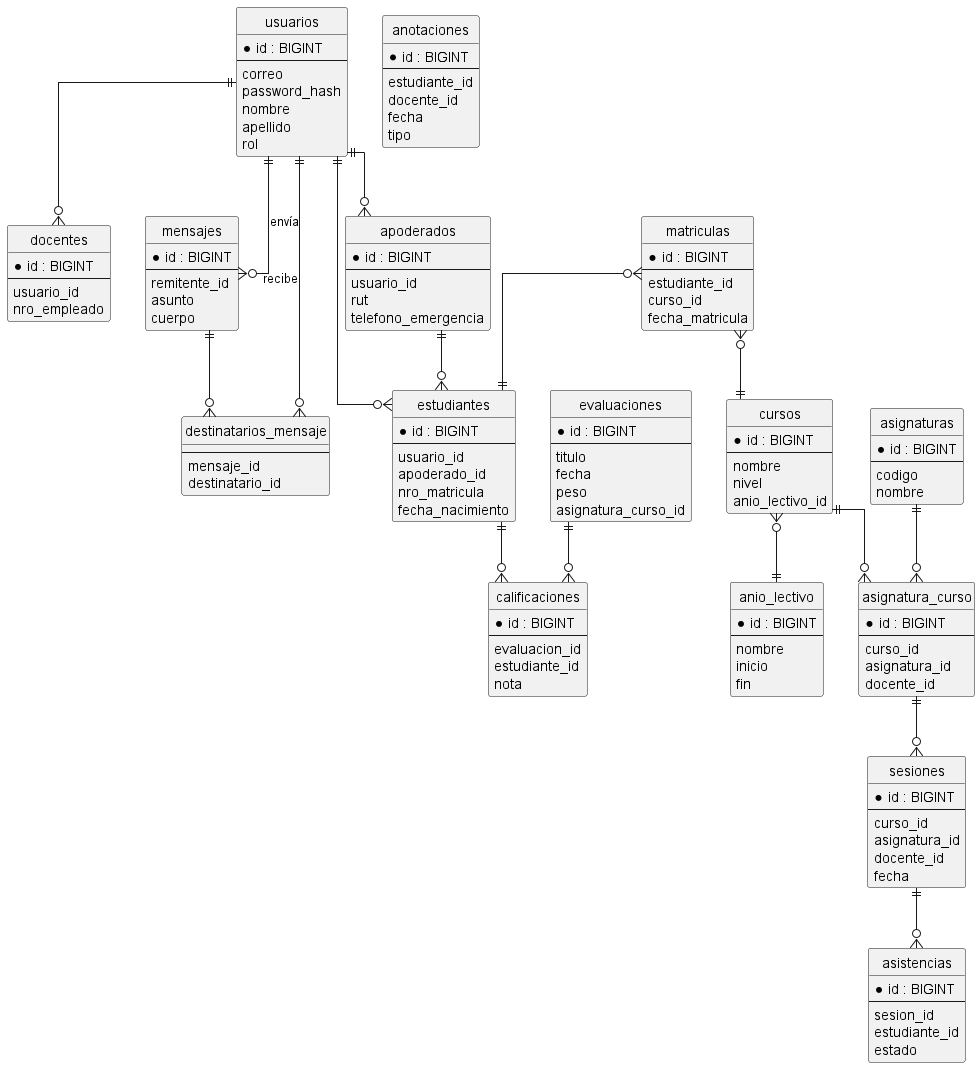
Earlier version of the PlantUML export diagrams/er_model.png (cristianmonsalve14/libro-de-clases-digital). The source it was exported from:
```plantuml
@startuml er_model
hide circle
skinparam linetype ortho

entity "usuarios" as usuarios {
  *id : BIGINT
  --
  correo
  password_hash
  nombre
  apellido
  rol
}

entity "estudiantes" as estudiantes {
  *id : BIGINT
  --
  usuario_id
  apoderado_id
  nro_matricula
  fecha_nacimiento
}

entity "docentes" as docentes {
  *id : BIGINT
  --
  usuario_id
  nro_empleado
}

entity "anio_lectivo" as ay {
  *id : BIGINT
  --
  nombre
  inicio
  fin
}

entity "cursos" as cursos {
  *id : BIGINT
  --
  nombre
  nivel
  anio_lectivo_id
}

entity "asignaturas" as asignaturas {
  *id : BIGINT
  --
  codigo
  nombre
}

entity "asignatura_curso" as ac {
  *id : BIGINT
  --
  curso_id
  asignatura_id
  docente_id
}

entity "matriculas" as matriculas {
  *id : BIGINT
  --
  estudiante_id
  curso_id
  fecha_matricula
}

entity "sesiones" as sesiones {
  *id : BIGINT
  --
  curso_id
  asignatura_id
  docente_id
  fecha
}

entity "asistencias" as asistencias {
  *id : BIGINT
  --
  sesion_id
  estudiante_id
  estado
}

entity "anotaciones" as anotaciones {
  *id : BIGINT
  --
  estudiante_id
  docente_id
  fecha
  tipo
}

entity "evaluaciones" as evaluaciones {
  *id : BIGINT
  --
  titulo
  fecha
  peso
  asignatura_curso_id
}

entity "calificaciones" as calificaciones {
  *id : BIGINT
  --
  evaluacion_id
  estudiante_id
  nota
}

entity "mensajes" as mensajes {
  *id : BIGINT
  --
  remitente_id
  asunto
  cuerpo
}

entity "destinatarios_mensaje" as dest {
  --
  mensaje_id
  destinatario_id
}

entity "apoderados" as apoderados {
  *id : BIGINT
  --
  usuario_id
  rut
  telefono_emergencia
}



usuarios ||--o{ estudiantes
usuarios ||--o{ docentes
usuarios ||--o{ apoderados
apoderados ||--o{ estudiantes
cursos }o--|| ay
cursos ||--o{ ac
asignaturas ||--o{ ac
ac ||--o{ sesiones
matriculas }o--|| estudiantes
matriculas }o--|| cursos
sesiones ||--o{ asistencias
evaluaciones ||--o{ calificaciones
estudiantes ||--o{ calificaciones
mensajes ||--o{ dest
usuarios ||--o{ mensajes : "envía"
dest }o--|| usuarios : "recibe"
@enduml
```
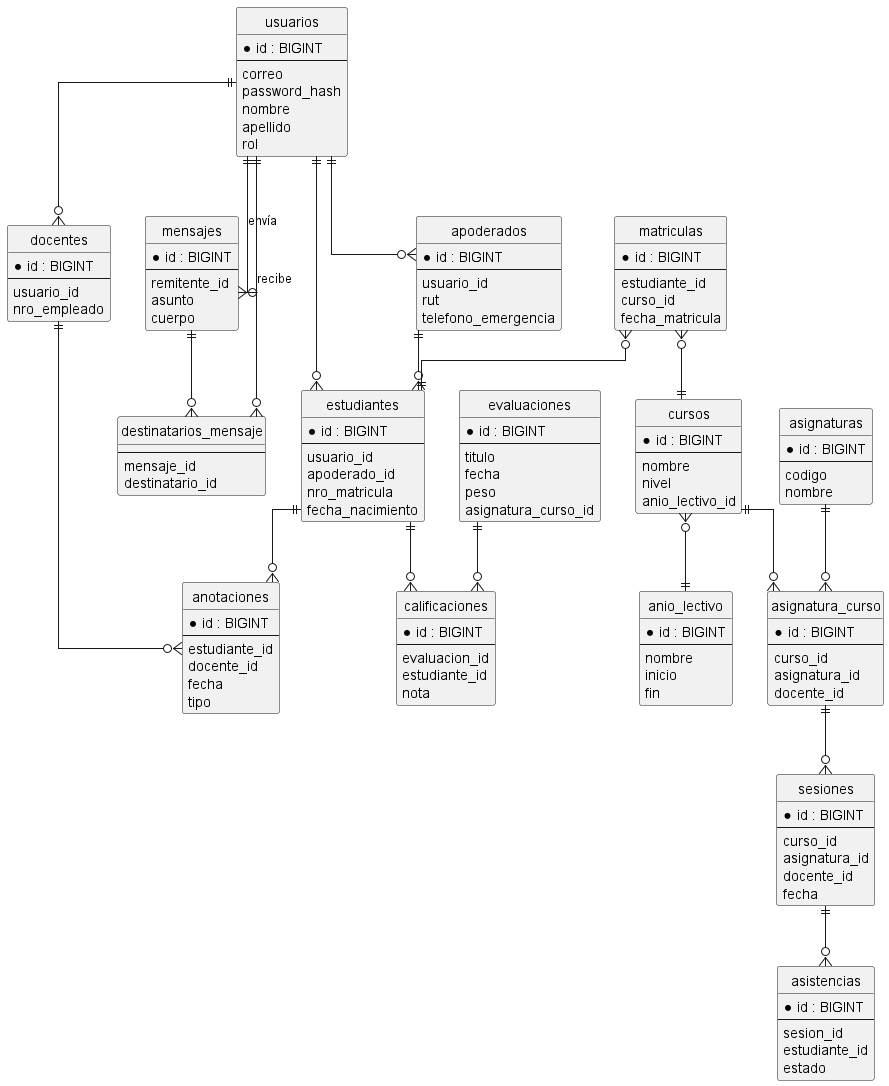
After the commit.

Commit message:
se definio stack del  frontend y se corregio modelo ER, se Agrega definicion React+TypeScript+Tailwind en README, se Crea guia_proyecto.md como documento de referencia principal

Diff of the diagram source:
```diff
@@ -147,6 +147,8 @@
 sesiones ||--o{ asistencias
 evaluaciones ||--o{ calificaciones
 estudiantes ||--o{ calificaciones
+estudiantes ||--o{ anotaciones
+docentes ||--o{ anotaciones
 mensajes ||--o{ dest
 usuarios ||--o{ mensajes : "envía"
 dest }o--|| usuarios : "recibe"
```
